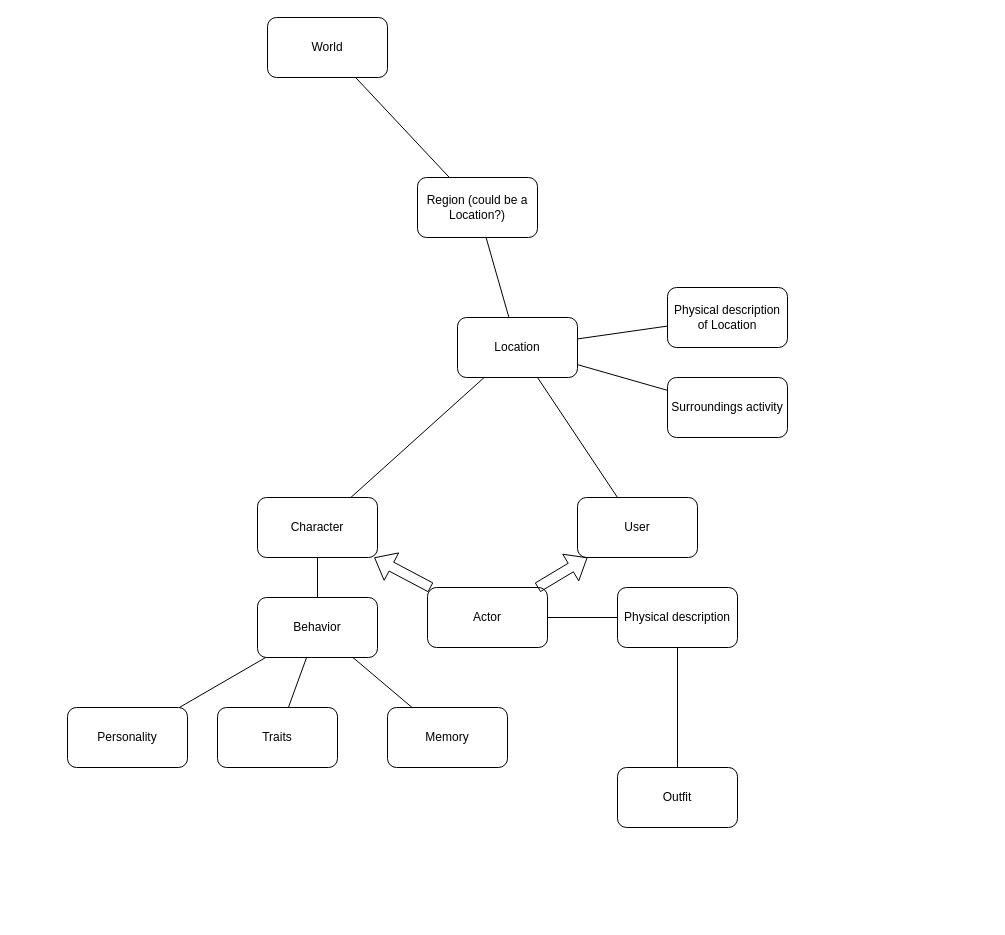
Before: doc/conceptual map.drawio in jorgedlrg/ai-middleware, a draw.io diagram. Source tidied: cells renumbered, new cells numbered last; positions are measured from the earlier drawing's top-left corner, leaving out a move shared by most shapes. Both pictures are drawn from the tidied source at 100%, with x=0, y=0 at pixel (67, 17).
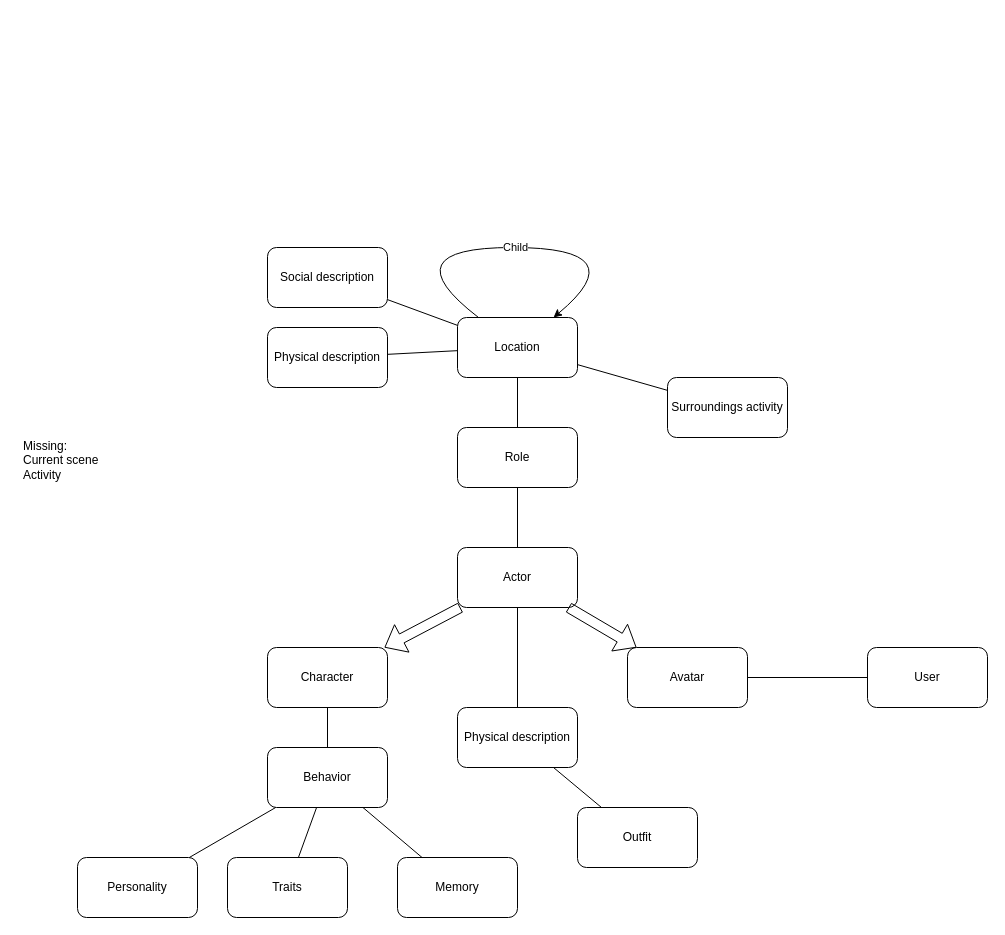
The same page after the edit.

Commit message:
:construction: add concepts

Unchanged cells that the change refers to:
```xml
<mxCell id="3" value="Location" style="rounded=1;whiteSpace=wrap;html=1;" parent="1" vertex="1">
  <mxGeometry x="390" y="300" width="120" height="60" as="geometry" />
</mxCell>
```

What changed in the source:
```diff
@@
-    <mxCell id="2" value="World" style="rounded=1;whiteSpace=wrap;html=1;" parent="1" vertex="1">
-      <mxGeometry x="200" width="120" height="60" as="geometry" />
-    </mxCell>
@@
-    <mxCell id="4" style="endArrow=none;html=1;rounded=0;" parent="1" edge="1" source="14" target="3">
+    <mxCell id="4" style="endArrow=none;html=1;rounded=0;" parent="1" edge="1" source="27" target="36">
       <mxGeometry relative="1" as="geometry" />
     </mxCell>
-    <mxCell id="5" style="endArrow=none;html=1;rounded=0;" parent="1" edge="1" source="13" target="3">
-      <mxGeometry relative="1" as="geometry" />
-    </mxCell>
-    <mxCell id="6" value="Physical description of Location" style="rounded=1;whiteSpace=wrap;html=1;" parent="1" vertex="1">
-      <mxGeometry x="600" y="270" width="120" height="60" as="geometry" />
+    <mxCell id="6" value="Physical description" style="rounded=1;whiteSpace=wrap;html=1;" parent="1" vertex="1">
+      <mxGeometry x="200" y="310" width="120" height="60" as="geometry" />
     </mxCell>
@@
-    <mxCell id="10" value="Region (could be a Location?)" style="rounded=1;whiteSpace=wrap;html=1;" parent="1" vertex="1">
-      <mxGeometry x="350" y="160" width="120" height="60" as="geometry" />
-    </mxCell>
-    <mxCell id="11" style="endArrow=none;html=1;rounded=0;" parent="1" edge="1" source="3" target="10">
-      <mxGeometry relative="1" as="geometry" />
-    </mxCell>
-    <mxCell id="12" style="endArrow=none;html=1;rounded=0;" parent="1" edge="1" source="10" target="2">
-      <mxGeometry relative="1" as="geometry" />
-    </mxCell>
     <mxCell id="13" value="Character" style="rounded=1;whiteSpace=wrap;html=1;" parent="1" vertex="1">
-      <mxGeometry x="190" y="480" width="120" height="60" as="geometry" />
+      <mxGeometry x="200" y="630" width="120" height="60" as="geometry" />
     </mxCell>
-    <mxCell id="14" value="User" style="rounded=1;whiteSpace=wrap;html=1;" parent="1" vertex="1">
-      <mxGeometry x="510" y="480" width="120" height="60" as="geometry" />
+    <mxCell id="14" value="Avatar" style="rounded=1;whiteSpace=wrap;html=1;" parent="1" vertex="1">
+      <mxGeometry x="560" y="630" width="120" height="60" as="geometry" />
     </mxCell>
     <mxCell id="15" value="Behavior" style="rounded=1;whiteSpace=wrap;html=1;" parent="1" vertex="1">
-      <mxGeometry x="190" y="580" width="120" height="60" as="geometry" />
+      <mxGeometry x="200" y="730" width="120" height="60" as="geometry" />
     </mxCell>
     <mxCell id="16" value="Memory" style="rounded=1;whiteSpace=wrap;html=1;" parent="1" vertex="1">
-      <mxGeometry x="320" y="690" width="120" height="60" as="geometry" />
+      <mxGeometry x="330" y="840" width="120" height="60" as="geometry" />
     </mxCell>
     <mxCell id="17" value="Traits" style="rounded=1;whiteSpace=wrap;html=1;" parent="1" vertex="1">
-      <mxGeometry x="150" y="690" width="120" height="60" as="geometry" />
+      <mxGeometry x="160" y="840" width="120" height="60" as="geometry" />
     </mxCell>
@@
     <mxCell id="20" value="Personality" style="rounded=1;whiteSpace=wrap;html=1;" parent="1" vertex="1">
-      <mxGeometry y="690" width="120" height="60" as="geometry" />
+      <mxGeometry x="10" y="840" width="120" height="60" as="geometry" />
     </mxCell>
@@
     <mxCell id="23" value="Outfit" style="rounded=1;whiteSpace=wrap;html=1;" parent="1" vertex="1">
-      <mxGeometry x="550" y="750" width="120" height="60" as="geometry" />
+      <mxGeometry x="510" y="790" width="120" height="60" as="geometry" />
     </mxCell>
     <mxCell id="24" value="Physical description" style="rounded=1;whiteSpace=wrap;html=1;" parent="1" vertex="1">
-      <mxGeometry x="550" y="570" width="120" height="60" as="geometry" />
+      <mxGeometry x="390" y="690" width="120" height="60" as="geometry" />
     </mxCell>
@@
     <mxCell id="27" value="Actor" style="rounded=1;whiteSpace=wrap;html=1;" parent="1" vertex="1">
-      <mxGeometry x="360" y="570" width="120" height="60" as="geometry" />
+      <mxGeometry x="390" y="530" width="120" height="60" as="geometry" />
     </mxCell>
@@
+    <mxCell id="30" value="User" style="rounded=1;whiteSpace=wrap;html=1;" parent="1" vertex="1">
+      <mxGeometry x="800" y="630" width="120" height="60" as="geometry" />
+    </mxCell>
+    <mxCell id="31" style="endArrow=none;html=1;rounded=0;" parent="1" edge="1" source="14" target="30">
+      <mxGeometry relative="1" as="geometry" />
+    </mxCell>
+    <mxCell id="32" value="Social description" style="rounded=1;whiteSpace=wrap;html=1;" parent="1" vertex="1">
+      <mxGeometry x="200" y="230" width="120" height="60" as="geometry" />
+    </mxCell>
+    <mxCell id="33" style="endArrow=none;html=1;rounded=0;" parent="1" edge="1" source="32" target="3">
+      <mxGeometry relative="1" as="geometry" />
+    </mxCell>
+    <mxCell id="34" style="curved=1;endArrow=classic;html=1;rounded=0;" parent="1" edge="1" source="3" target="3">
+      <mxGeometry relative="1" as="geometry">
+        <Array as="points">
+          <mxPoint x="320" y="230" />
+          <mxPoint x="570" y="230" />
+        </Array>
+      </mxGeometry>
+    </mxCell>
+    <mxCell id="35" value="Child" style="edgeLabel;html=1;align=center;verticalAlign=middle;" parent="34" vertex="1">
+      <mxGeometry x="0.02" y="1" relative="1" as="geometry" />
+    </mxCell>
+    <mxCell id="36" value="Role" style="rounded=1;whiteSpace=wrap;html=1;" parent="1" vertex="1">
+      <mxGeometry x="390" y="410" width="120" height="60" as="geometry" />
+    </mxCell>
+    <mxCell id="37" style="endArrow=none;html=1;rounded=0;" parent="1" edge="1" source="36" target="3">
+      <mxGeometry relative="1" as="geometry" />
+    </mxCell>
+    <mxCell id="38" value="Missing:&lt;div&gt;Current scene&lt;/div&gt;&lt;div&gt;Activity&lt;/div&gt;&lt;div&gt;&lt;br&gt;&lt;/div&gt;" style="text;strokeColor=none;fillColor=none;align=left;verticalAlign=middle;spacingLeft=4;spacingRight=4;overflow=hidden;whiteSpace=wrap;html=1;" parent="1" vertex="1">
+      <mxGeometry x="-50" y="400" width="250" height="100" as="geometry" />
+    </mxCell>
```
